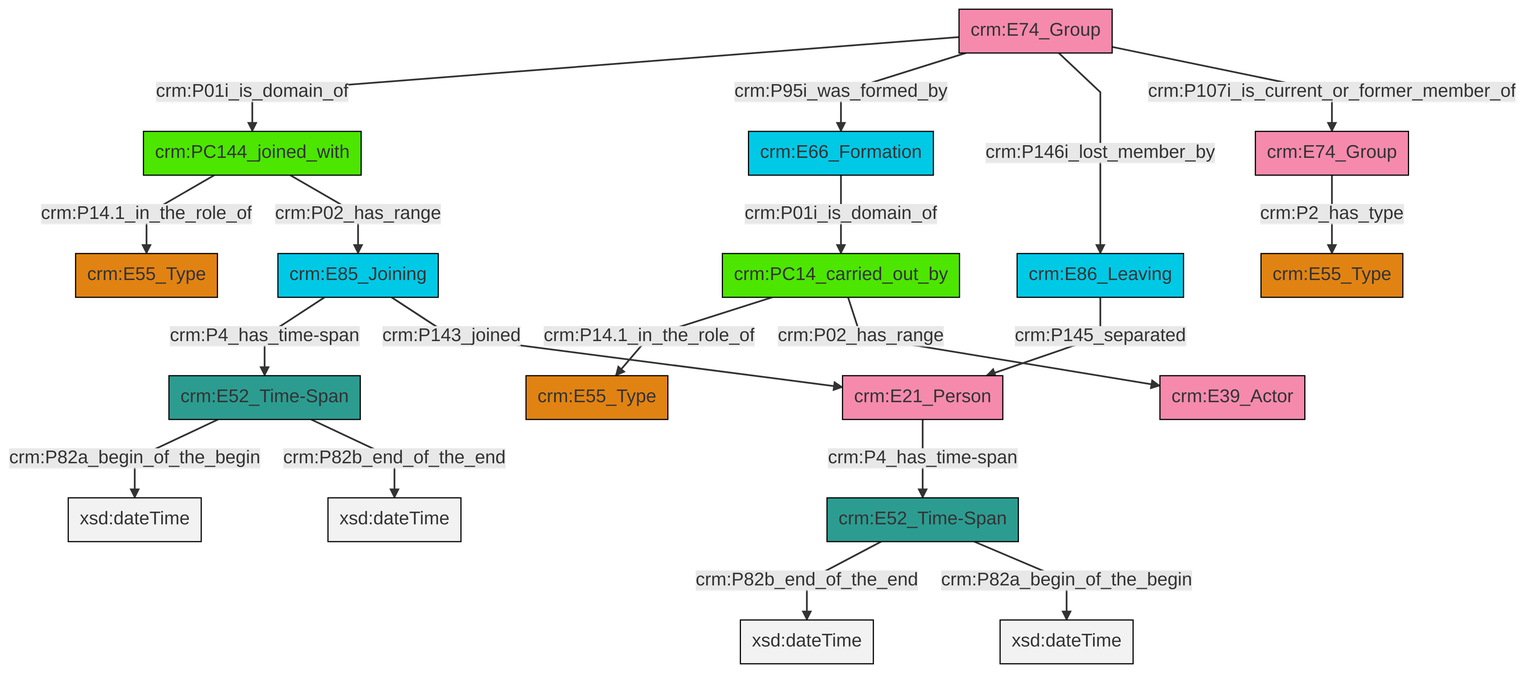
The Mermaid diagram et/groupCSV/ttl/mmd/png/group_actor_relations.png in swiss-art-research-net/docs.swissartresearch, before a commit. Its source is kept beside it as et/groupCSV/ttl/mmd/group_actor_relations.ttl.mmd.
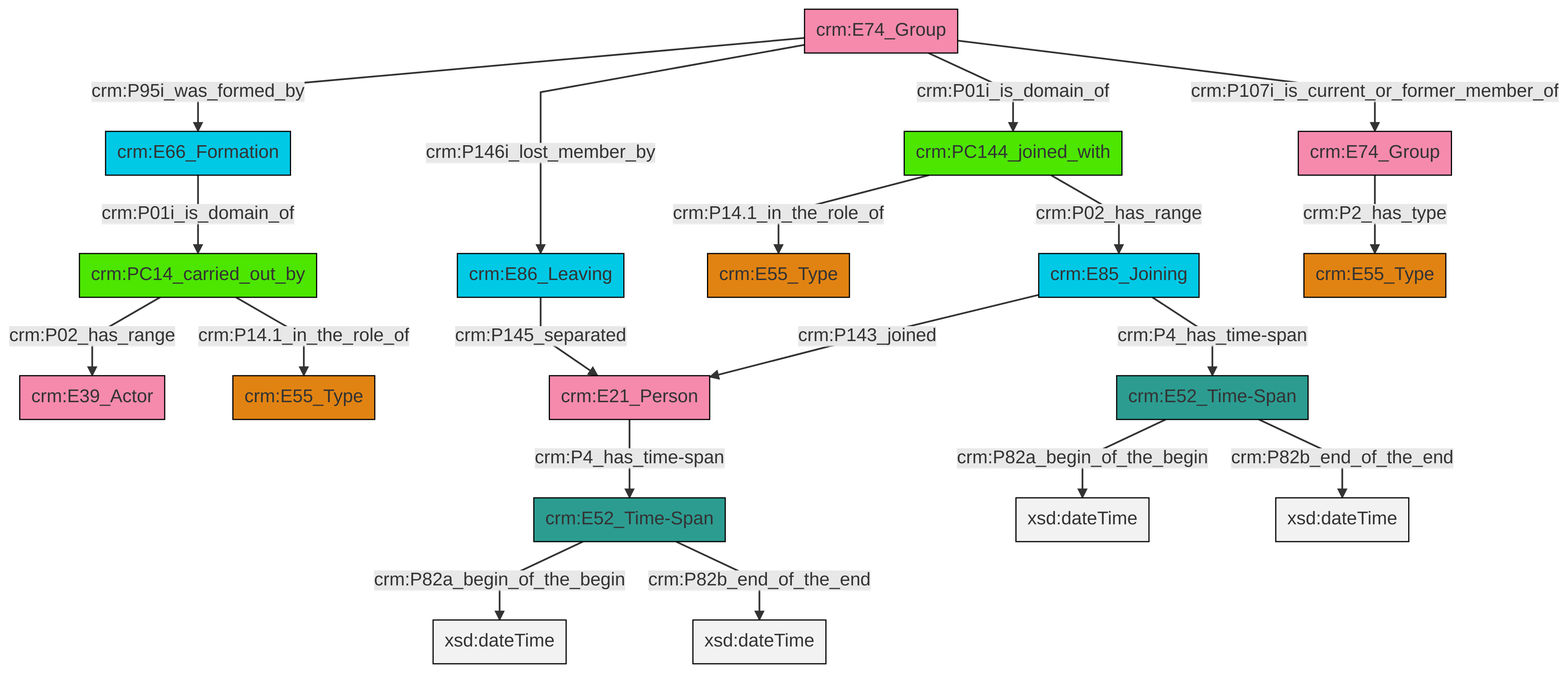
After the change.

What changed in the source:
```diff
@@ -13,21 +13,21 @@
 classDef PC_Classes fill:#4ce600, stroke:#000000;
 classDef Multi fill:#cccccc,stroke:#000000;
 
-4["crm:E85_Joining"]:::Temporal_Entity -->|crm:P4_has_time-span| 0["crm:E52_Time-Span"]:::Time-Span
-5["crm:E74_Group"]:::Actor -->|crm:P2_has_type| 6["crm:E55_Type"]:::Type
-7["crm:E52_Time-Span"]:::Time-Span -->|crm:P82b_end_of_the_end| 8[xsd:dateTime]:::Literal
-12["crm:PC144_joined_with"]:::PC_Classes -->|crm:P14.1_in_the_role_of| 2["crm:E55_Type"]:::Type
-15["crm:E74_Group"]:::Actor -->|crm:P01i_is_domain_of| 12["crm:PC144_joined_with"]:::PC_Classes
-12["crm:PC144_joined_with"]:::PC_Classes -->|crm:P02_has_range| 4["crm:E85_Joining"]:::Temporal_Entity
-22["crm:E86_Leaving"]:::Temporal_Entity -->|crm:P145_separated| 20["crm:E21_Person"]:::Actor
-15["crm:E74_Group"]:::Actor -->|crm:P95i_was_formed_by| 10["crm:E66_Formation"]:::Temporal_Entity
-7["crm:E52_Time-Span"]:::Time-Span -->|crm:P82a_begin_of_the_begin| 24[xsd:dateTime]:::Literal
-10["crm:E66_Formation"]:::Temporal_Entity -->|crm:P01i_is_domain_of| 18["crm:PC14_carried_out_by"]:::PC_Classes
-20["crm:E21_Person"]:::Actor -->|crm:P4_has_time-span| 7["crm:E52_Time-Span"]:::Time-Span
-0["crm:E52_Time-Span"]:::Time-Span -->|crm:P82a_begin_of_the_begin| 26[xsd:dateTime]:::Literal
-15["crm:E74_Group"]:::Actor -->|crm:P146i_lost_member_by| 22["crm:E86_Leaving"]:::Temporal_Entity
-15["crm:E74_Group"]:::Actor -->|crm:P107i_is_current_or_former_member_of| 5["crm:E74_Group"]:::Actor
-4["crm:E85_Joining"]:::Temporal_Entity -->|crm:P143_joined| 20["crm:E21_Person"]:::Actor
-18["crm:PC14_carried_out_by"]:::PC_Classes -->|crm:P14.1_in_the_role_of| 16["crm:E55_Type"]:::Type
-18["crm:PC14_carried_out_by"]:::PC_Classes -->|crm:P02_has_range| 13["crm:E39_Actor"]:::Actor
-0["crm:E52_Time-Span"]:::Time-Span -->|crm:P82b_end_of_the_end| 34[xsd:dateTime]:::Literal
+2["crm:E52_Time-Span"]:::Time-Span -->|crm:P82a_begin_of_the_begin| 3[xsd:dateTime]:::Literal
+6["crm:PC14_carried_out_by"]:::PC_Classes -->|crm:P14.1_in_the_role_of| 7["crm:E55_Type"]:::Type
+8["crm:E52_Time-Span"]:::Time-Span -->|crm:P82a_begin_of_the_begin| 9[xsd:dateTime]:::Literal
+10["crm:E74_Group"]:::Actor -->|crm:P146i_lost_member_by| 11["crm:E86_Leaving"]:::Temporal_Entity
+14["crm:E21_Person"]:::Actor -->|crm:P4_has_time-span| 2["crm:E52_Time-Span"]:::Time-Span
+15["crm:E85_Joining"]:::Temporal_Entity -->|crm:P4_has_time-span| 8["crm:E52_Time-Span"]:::Time-Span
+4["crm:E66_Formation"]:::Temporal_Entity -->|crm:P01i_is_domain_of| 6["crm:PC14_carried_out_by"]:::PC_Classes
+24["crm:PC144_joined_with"]:::PC_Classes -->|crm:P14.1_in_the_role_of| 12["crm:E55_Type"]:::Type
+24["crm:PC144_joined_with"]:::PC_Classes -->|crm:P02_has_range| 15["crm:E85_Joining"]:::Temporal_Entity
+10["crm:E74_Group"]:::Actor -->|crm:P01i_is_domain_of| 24["crm:PC144_joined_with"]:::PC_Classes
+10["crm:E74_Group"]:::Actor -->|crm:P95i_was_formed_by| 4["crm:E66_Formation"]:::Temporal_Entity
+17["crm:E74_Group"]:::Actor -->|crm:P2_has_type| 21["crm:E55_Type"]:::Type
+2["crm:E52_Time-Span"]:::Time-Span -->|crm:P82b_end_of_the_end| 25[xsd:dateTime]:::Literal
+11["crm:E86_Leaving"]:::Temporal_Entity -->|crm:P145_separated| 14["crm:E21_Person"]:::Actor
+10["crm:E74_Group"]:::Actor -->|crm:P107i_is_current_or_former_member_of| 17["crm:E74_Group"]:::Actor
+6["crm:PC14_carried_out_by"]:::PC_Classes -->|crm:P02_has_range| 0["crm:E39_Actor"]:::Actor
+15["crm:E85_Joining"]:::Temporal_Entity -->|crm:P143_joined| 14["crm:E21_Person"]:::Actor
+8["crm:E52_Time-Span"]:::Time-Span -->|crm:P82b_end_of_the_end| 33[xsd:dateTime]:::Literal
```
